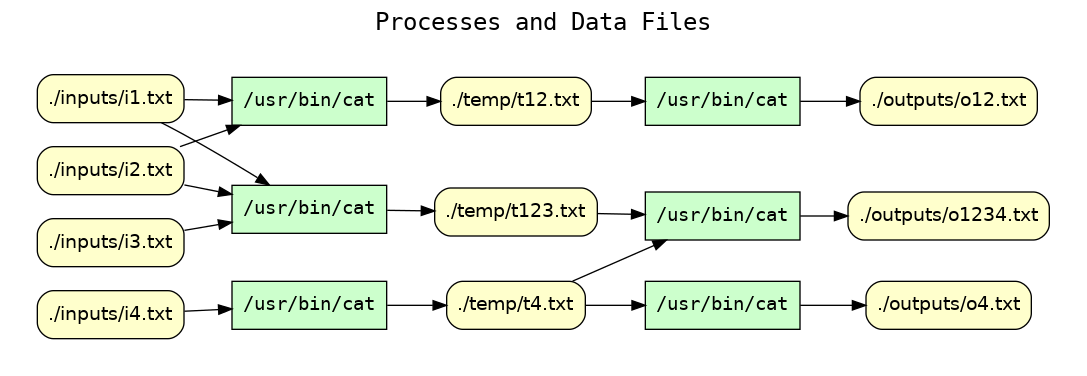
Before: examples/08-branched-pipeline/graphs.d/cpr_processes_and_data_files.png, a diagram exported from Graphviz (CIRSS/cpr). Its source is kept beside it as examples/08-branched-pipeline/graphs.d/cpr_processes_and_data_files.dot. Source of this version:
```dot
digraph cpr_run {
rankdir=LR
fontname=Courier; fontsize=18; labelloc=t
label="Processes and Data Files"
subgraph cluster_inputs { label=""; color=white; penwidth=0
subgraph cluster_inputs_inner { label=""; color=white
node[shape=box style="filled" fillcolor="#CCFFCC" peripheries=1 fontname=Courier]
"exe:e7" [label="/usr/bin/cat"]
"exe:e6" [label="/usr/bin/cat"]
"exe:e5" [label="/usr/bin/cat"]
"exe:e4" [label="/usr/bin/cat"]
"exe:e3" [label="/usr/bin/cat"]
"exe:e2" [label="/usr/bin/cat"]
node[shape=box style="rounded,filled" fillcolor="#FFFFCC" peripheries=1 fontname=Helvetica]
"access:i15" [label="./inputs/i1.txt"]
"access:i23" [label="./outputs/o4.txt"]
"access:i16" [label="./inputs/i2.txt"]
"access:i17" [label="./temp/t123.txt"]
"access:i18" [label="./inputs/i3.txt"]
"access:i19" [label="./temp/t4.txt"]
"access:i20" [label="./inputs/i4.txt"]
"access:i9" [label="./temp/t12.txt"]
"access:i21" [label="./outputs/o12.txt"]
"access:i22" [label="./outputs/o1234.txt"]
"exe:e7" -> "access:i23"
"exe:e6" -> "access:i22"
"exe:e5" -> "access:i21"
"exe:e4" -> "access:i19"
"exe:e3" -> "access:i17"
"exe:e2" -> "access:i9"
"access:i19" -> "exe:e7"
"access:i17" -> "exe:e6"
"access:i19" -> "exe:e6"
"access:i9" -> "exe:e5"
"access:i20" -> "exe:e4"
"access:i15" -> "exe:e3"
"access:i16" -> "exe:e3"
"access:i18" -> "exe:e3"
"access:i15" -> "exe:e2"
"access:i16" -> "exe:e2"
}}
}
```
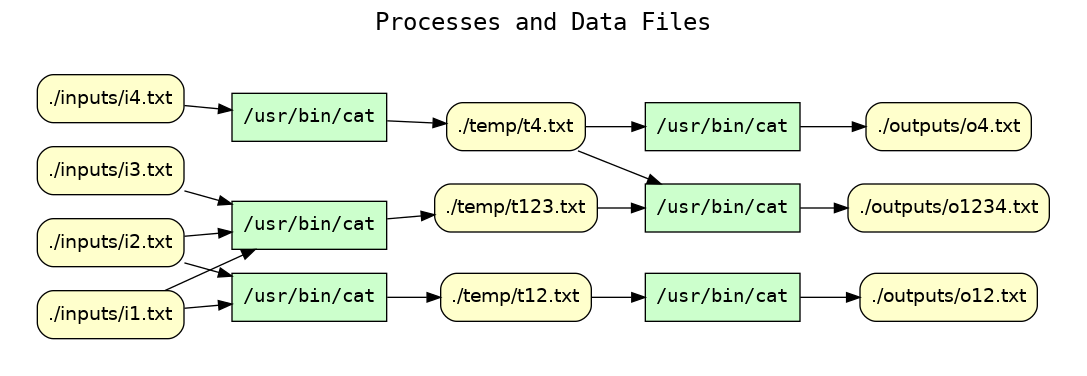
The same file after the commit.

What changed in the source:
```diff
@@ -12,16 +12,16 @@
 "exe:e3" [label="/usr/bin/cat"]
 "exe:e2" [label="/usr/bin/cat"]
 node[shape=box style="rounded,filled" fillcolor="#FFFFCC" peripheries=1 fontname=Helvetica]
+"access:i20" [label="./inputs/i4.txt"]
+"access:i9" [label="./temp/t12.txt"]
+"access:i21" [label="./outputs/o12.txt"]
+"access:i22" [label="./outputs/o1234.txt"]
 "access:i15" [label="./inputs/i1.txt"]
 "access:i23" [label="./outputs/o4.txt"]
 "access:i16" [label="./inputs/i2.txt"]
 "access:i17" [label="./temp/t123.txt"]
 "access:i18" [label="./inputs/i3.txt"]
 "access:i19" [label="./temp/t4.txt"]
-"access:i20" [label="./inputs/i4.txt"]
-"access:i9" [label="./temp/t12.txt"]
-"access:i21" [label="./outputs/o12.txt"]
-"access:i22" [label="./outputs/o1234.txt"]
 "exe:e7" -> "access:i23"
 "exe:e6" -> "access:i22"
 "exe:e5" -> "access:i21"
```
